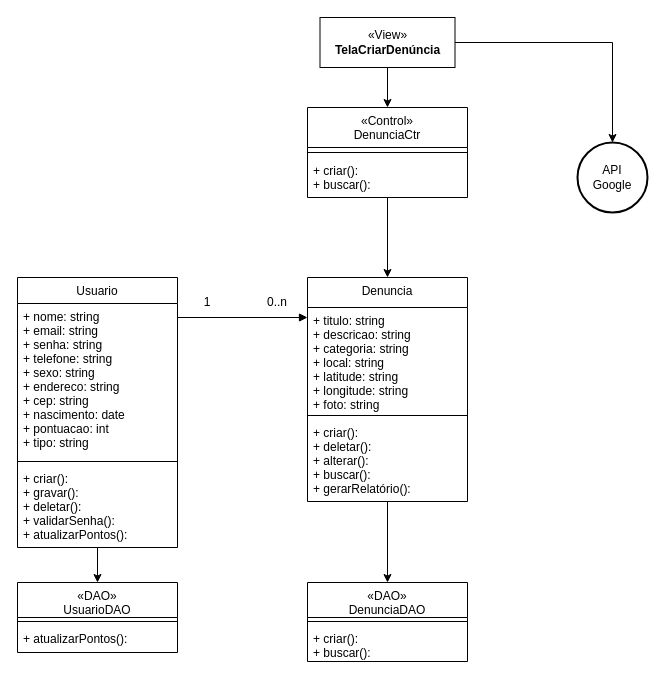
Earlier version of the draw.io diagram Documentação/Diagramas/Diagramas de Casos de Uso/Diagrama de Caso de Uso Criar Denuncia.drawio (frsouzaa/Documentacao-TCC-NossaVia). Source tidied: cells renumbered, new cells numbered last; positions are measured from the earlier drawing's top-left corner, leaving out a move shared by most shapes. Both pictures are drawn from the tidied source at 100%, with x=0, y=0 at pixel (17, 17).
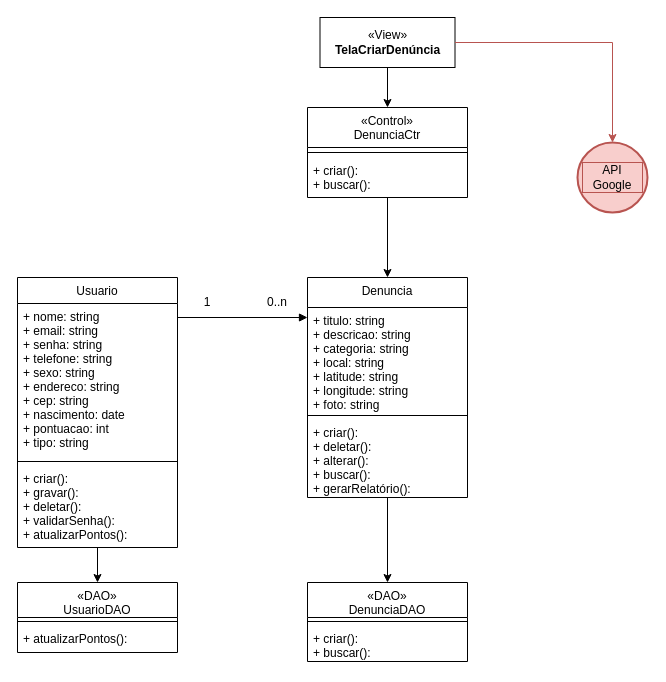
After the change.

Commit message (it also covers changes not shown here):
atualização dos diagramas conforme o documento de produto software

Unchanged cells that the change refers to:
```xml
<mxCell id="16" value="«View»&lt;br&gt;&lt;b&gt;TelaCriarDenúncia&lt;br&gt;&lt;/b&gt;" style="html=1;whiteSpace=wrap;" parent="1" vertex="1">
  <mxGeometry x="302.5" width="135" height="50" as="geometry" />
</mxCell>
```

The edit, as a diff of the source:
```diff
@@
     <mxCell id="2" value="Denuncia" style="swimlane;fontStyle=0;align=center;verticalAlign=top;horizontal=1;startSize=30;rounded=0;shadow=0;strokeWidth=1;" parent="1" vertex="1">
-      <mxGeometry x="290" y="260" width="160" height="224" as="geometry" />
+      <mxGeometry x="290" y="260" width="160" height="220" as="geometry" />
     </mxCell>
@@
-    <mxCell id="5" value="+ criar(): &#10;+ deletar(): &#10;+ alterar():&#10;+ buscar(): &#10;+ gerarRelatório(): " style="text;align=left;verticalAlign=top;spacingLeft=4;spacingRight=4;overflow=hidden;" parent="2" vertex="1">
-      <mxGeometry y="142" width="160" height="82" as="geometry" />
+    <mxCell id="5" value="+ criar(): &#10;+ deletar(): &#10;+ alterar():&#10;+ buscar():&#10;+ gerarRelatório(): " style="text;align=left;verticalAlign=top;spacingLeft=4;spacingRight=4;overflow=hidden;" parent="2" vertex="1">
+      <mxGeometry y="142" width="160" height="78" as="geometry" />
     </mxCell>
@@
-    <mxCell id="24" style="strokeWidth=2;html=1;shape=mxgraph.flowchart.start_2;whiteSpace=wrap;" parent="1" vertex="1">
+    <mxCell id="24" style="strokeWidth=2;html=1;shape=mxgraph.flowchart.start_2;whiteSpace=wrap;fillColor=#f8cecc;strokeColor=#b85450;" parent="1" vertex="1">
       <mxGeometry x="560" y="125" width="70" height="70" as="geometry" />
     </mxCell>
-    <mxCell id="25" style="edgeStyle=orthogonalEdgeStyle;rounded=0;jettySize=auto;html=1;exitX=1;exitY=0.5;exitDx=0;exitDy=0;entryX=0.5;entryY=0;entryDx=0;entryDy=0;entryPerimeter=0;" parent="1" edge="1" source="16" target="24">
+    <mxCell id="25" style="edgeStyle=orthogonalEdgeStyle;rounded=0;jettySize=auto;html=1;exitX=1;exitY=0.5;exitDx=0;exitDy=0;entryX=0.5;entryY=0;entryDx=0;entryDy=0;entryPerimeter=0;fillColor=#f8cecc;strokeColor=#b85450;" parent="1" edge="1" source="16" target="24">
       <mxGeometry relative="1" as="geometry" />
     </mxCell>
-    <mxCell id="26" value="API Google" style="text;html=1;align=center;verticalAlign=middle;whiteSpace=wrap;rounded=0;" parent="1" vertex="1">
+    <mxCell id="26" value="API Google" style="text;html=1;align=center;verticalAlign=middle;whiteSpace=wrap;rounded=0;fillColor=#f8cecc;strokeColor=#b85450;" parent="1" vertex="1">
       <mxGeometry x="565" y="145" width="60" height="30" as="geometry" />
     </mxCell>
```
